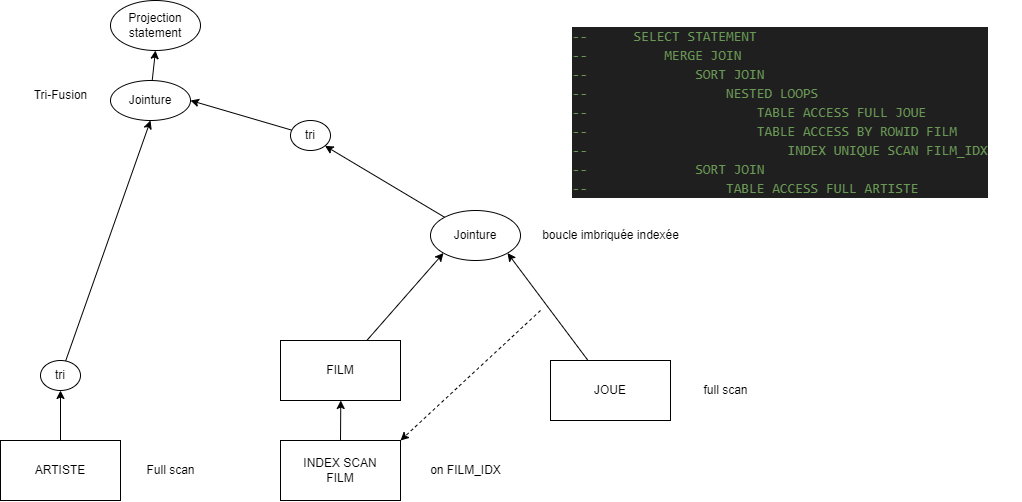
antonincacadetruire/MiniProjet keeps this draw.io diagram as Exercice3/questions3_3_c.drawio.png. Above is the earlier version. Source tidied: cells renumbered, new cells last; positions are measured from the earlier drawing's top-left corner, leaving out a move shared by most shapes.
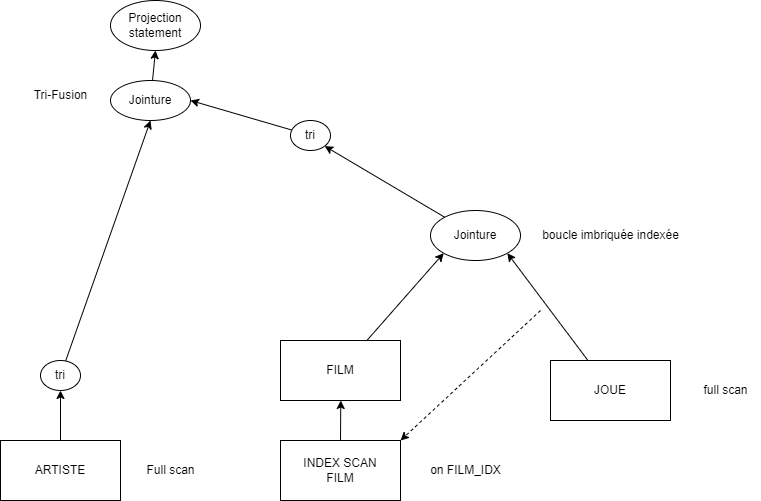
The same diagram one commit later.

Commit message:
ajout des réponses exo 3

The edit, as a diff of the source:
```diff
@@ -2,9 +2,6 @@
   <root>
     <mxCell id="0" />
     <mxCell id="1" parent="0" />
-    <mxCell id="2" value="&lt;div style=&quot;color: rgb(204, 204, 204); background-color: rgb(31, 31, 31); font-family: Consolas, &amp;quot;Courier New&amp;quot;, monospace; font-weight: normal; font-size: 14px; line-height: 19px;&quot;&gt;&lt;div&gt;&lt;span style=&quot;color: #6a9955;&quot;&gt;-- &amp;nbsp; &amp;nbsp; &amp;nbsp;SELECT STATEMENT&lt;/span&gt;&lt;/div&gt;&lt;div&gt;&lt;span style=&quot;color: #6a9955;&quot;&gt;-- &amp;nbsp; &amp;nbsp; &amp;nbsp; &amp;nbsp; &amp;nbsp;MERGE JOIN&lt;/span&gt;&lt;/div&gt;&lt;div&gt;&lt;span style=&quot;color: #6a9955;&quot;&gt;-- &amp;nbsp; &amp;nbsp; &amp;nbsp; &amp;nbsp; &amp;nbsp; &amp;nbsp; &amp;nbsp;SORT JOIN&lt;/span&gt;&lt;/div&gt;&lt;div&gt;&lt;span style=&quot;color: #6a9955;&quot;&gt;-- &amp;nbsp; &amp;nbsp; &amp;nbsp; &amp;nbsp; &amp;nbsp; &amp;nbsp; &amp;nbsp; &amp;nbsp; &amp;nbsp;NESTED LOOPS&lt;/span&gt;&lt;/div&gt;&lt;div&gt;&lt;span style=&quot;color: #6a9955;&quot;&gt;-- &amp;nbsp; &amp;nbsp; &amp;nbsp; &amp;nbsp; &amp;nbsp; &amp;nbsp; &amp;nbsp; &amp;nbsp; &amp;nbsp; &amp;nbsp; &amp;nbsp;TABLE ACCESS FULL JOUE&lt;/span&gt;&lt;/div&gt;&lt;div&gt;&lt;span style=&quot;color: #6a9955;&quot;&gt;-- &amp;nbsp; &amp;nbsp; &amp;nbsp; &amp;nbsp; &amp;nbsp; &amp;nbsp; &amp;nbsp; &amp;nbsp; &amp;nbsp; &amp;nbsp; &amp;nbsp;TABLE ACCESS BY ROWID FILM&lt;/span&gt;&lt;/div&gt;&lt;div&gt;&lt;span style=&quot;color: #6a9955;&quot;&gt;-- &amp;nbsp; &amp;nbsp; &amp;nbsp; &amp;nbsp; &amp;nbsp; &amp;nbsp; &amp;nbsp; &amp;nbsp; &amp;nbsp; &amp;nbsp; &amp;nbsp; &amp;nbsp; &amp;nbsp;INDEX UNIQUE SCAN FILM_IDX&lt;/span&gt;&lt;/div&gt;&lt;div&gt;&lt;span style=&quot;color: #6a9955;&quot;&gt;-- &amp;nbsp; &amp;nbsp; &amp;nbsp; &amp;nbsp; &amp;nbsp; &amp;nbsp; &amp;nbsp;SORT JOIN&lt;/span&gt;&lt;/div&gt;&lt;div&gt;&lt;span style=&quot;color: #6a9955;&quot;&gt;-- &amp;nbsp; &amp;nbsp; &amp;nbsp; &amp;nbsp; &amp;nbsp; &amp;nbsp; &amp;nbsp; &amp;nbsp; &amp;nbsp;TABLE ACCESS FULL ARTISTE&lt;/span&gt;&lt;/div&gt;&lt;/div&gt;" style="text;whiteSpace=wrap;html=1;" parent="1" vertex="1">
-      <mxGeometry x="570" y="20" width="450" height="190" as="geometry" />
-    </mxCell>
     <mxCell id="3" style="edgeStyle=none;html=1;entryX=0.5;entryY=1;entryDx=0;entryDy=0;" parent="1" edge="1" source="4" target="7">
       <mxGeometry relative="1" as="geometry" />
     </mxCell>
```
